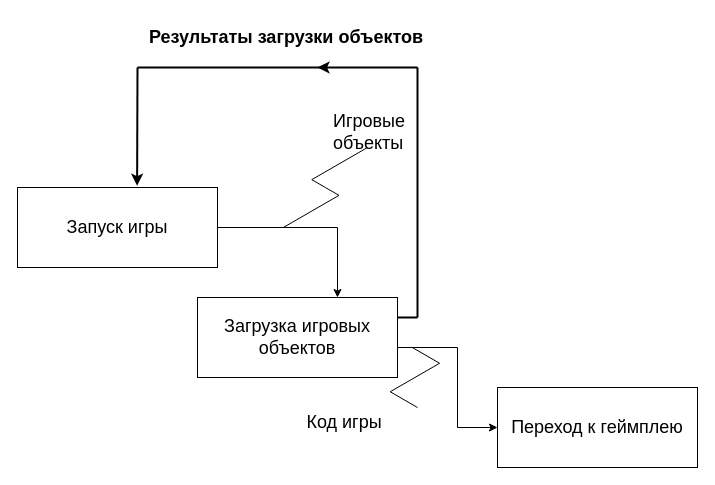
Above: lab5 diagram.drawio in dibovdmitry/Project (draw.io), before the change. Source tidied: cells renumbered, new cells numbered last; positions are measured from the earlier drawing's top-left corner, leaving out a move shared by most shapes. Both pictures are drawn from the tidied source at 100%, with x=0, y=0 at pixel (17, 17).
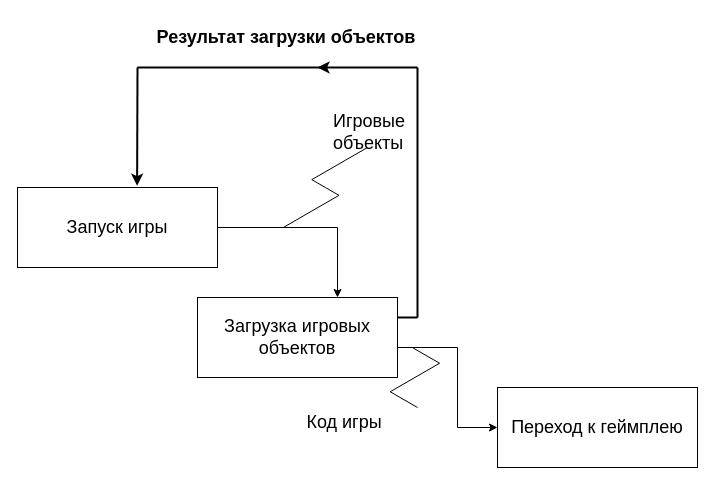
After the change.

The edit, as a diff of the source:
```diff
@@
-    <mxCell id="19" value="&lt;b&gt;Результаты загрузки объектов&lt;/b&gt;" style="text;html=1;strokeColor=none;fillColor=none;align=center;verticalAlign=middle;whiteSpace=wrap;rounded=0;fontSize=18;strokeWidth=2;spacing=4;" parent="1" vertex="1">
+    <mxCell id="19" value="&lt;b&gt;Результат загрузки объектов&lt;/b&gt;" style="text;html=1;strokeColor=none;fillColor=none;align=center;verticalAlign=middle;whiteSpace=wrap;rounded=0;fontSize=18;strokeWidth=2;spacing=4;" parent="1" vertex="1">
       <mxGeometry x="94" width="350" height="40" as="geometry" />
     </mxCell>
```
